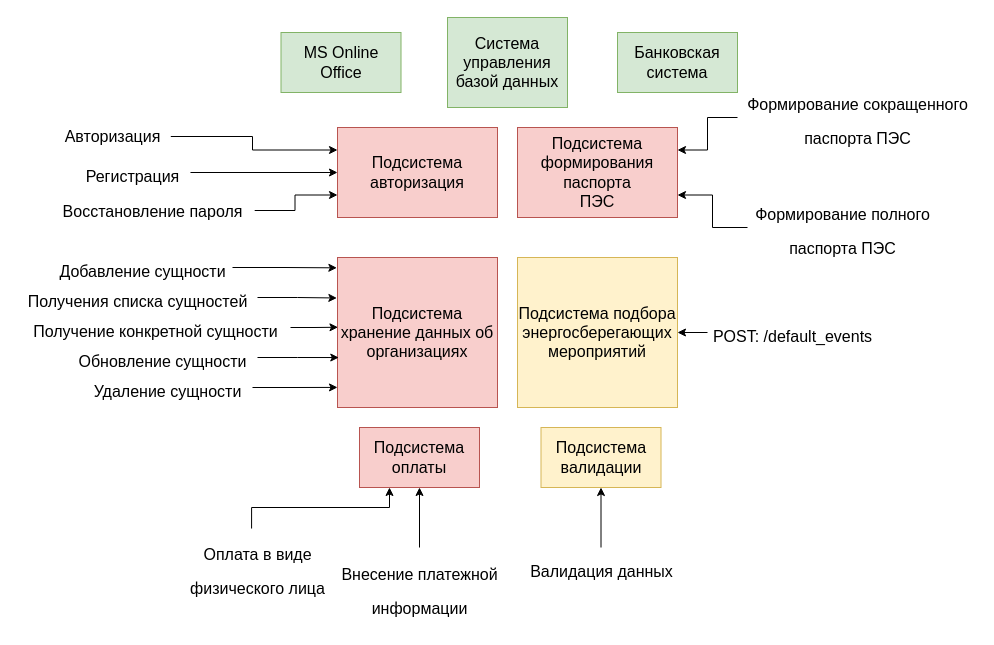
The draw.io diagram page "приоритет тестирования" (25 of 26) of Диаграмки.drawio in Infoboros/bachelors-degree, before the edit. Source tidied: cells renumbered, new cells numbered last; positions are measured from the earlier drawing's top-left corner, leaving out a move shared by most shapes. Both pictures are drawn from the tidied source at 100%, with x=0, y=0 at pixel (17, 17).
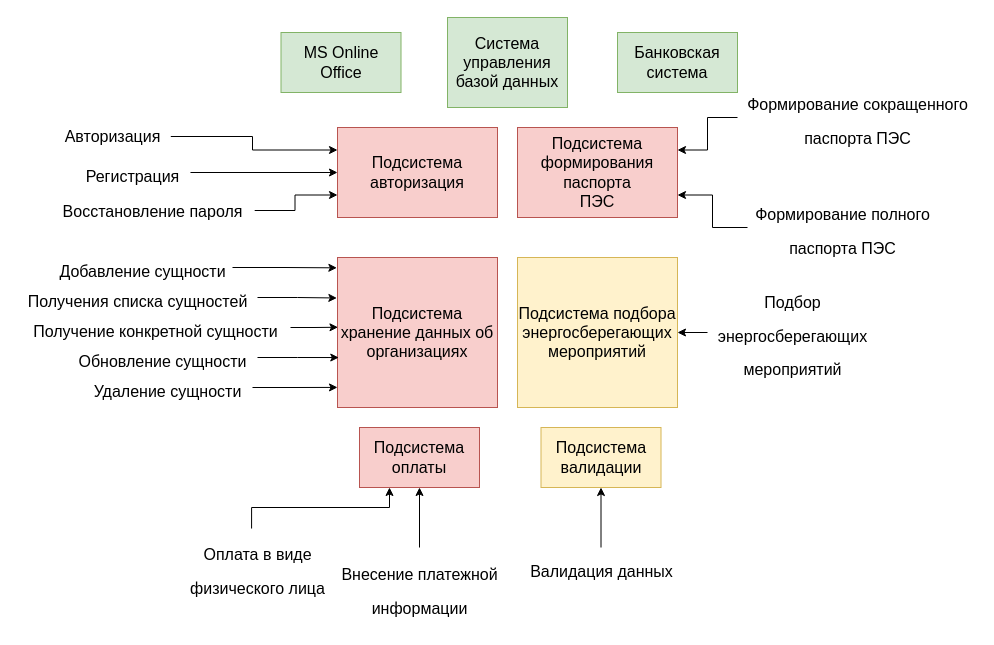
After the change.

Commit message:
[add] all architect image

The edit, as a diff of the source:
```diff
@@
-    <mxCell id="26" value="&lt;font style=&quot;font-size: 16px&quot;&gt;POST: /default_events&lt;/font&gt;" style="text;html=1;align=center;verticalAlign=middle;points=[];strokeColor=none;fillColor=none;fontSize=28;" parent="1" vertex="1">
-      <mxGeometry x="690" y="295" width="170" height="40" as="geometry" />
+    <mxCell id="26" value="&lt;font style=&quot;font-size: 16px&quot;&gt;Подбор &lt;br&gt;энергосберегающих &lt;br&gt;мероприятий&lt;/font&gt;" style="text;html=1;align=center;verticalAlign=middle;points=[];strokeColor=none;fillColor=none;fontSize=28;" parent="1" vertex="1">
+      <mxGeometry x="690" y="255" width="170" height="120" as="geometry" />
     </mxCell>
```
